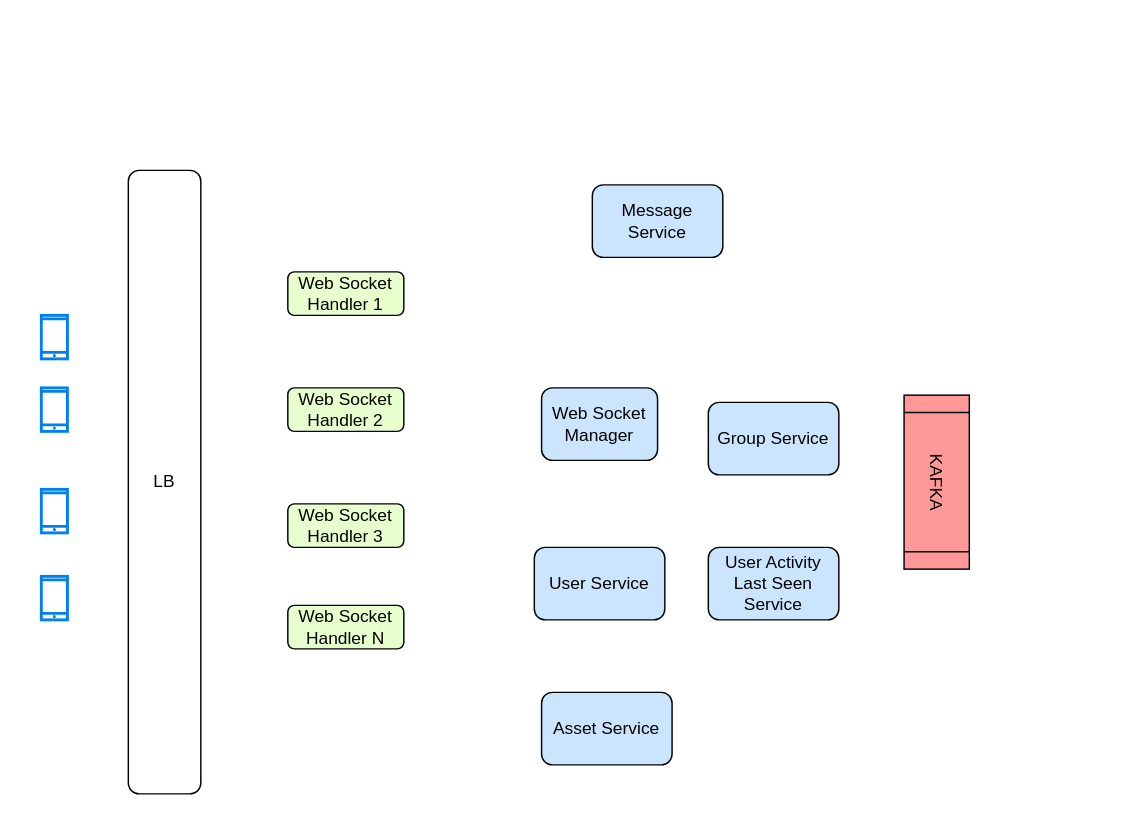
This is Whatsapp.drawio from smittal1209/system-design-diagram, a draw.io file, before an edit. Source tidied: cells renumbered, new cells numbered last; positions are measured from the earlier drawing's top-left corner, leaving out a move shared by most shapes. Both pictures are drawn from the tidied source at 145%, with x=0, y=0 at pixel (41, 170).
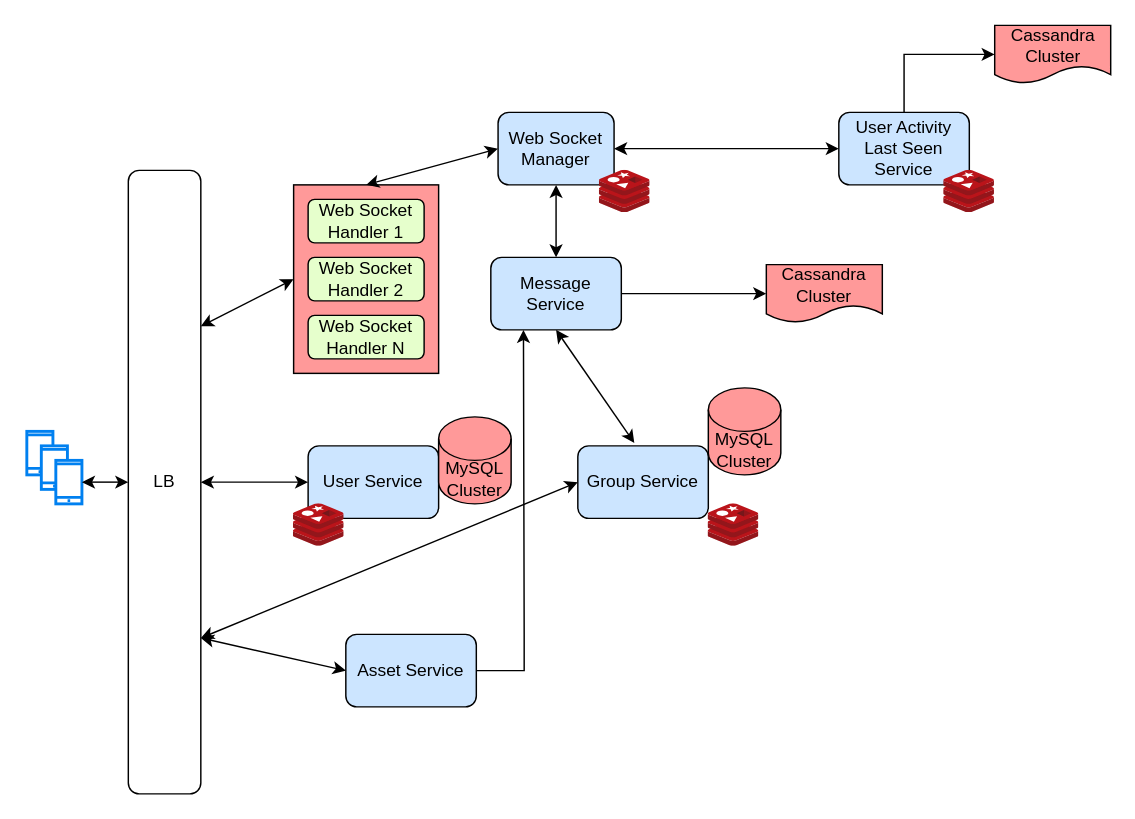
Above is the later version.

The change refers to these unchanged cells:
```xml
<mxCell id="6" value="LB" style="rounded=1;whiteSpace=wrap;html=1;" parent="1" vertex="1">
  <mxGeometry x="60" width="50" height="430" as="geometry" />
</mxCell>
```

What changed in the source:
```diff
@@
-    <mxCell id="2" style="html=1;verticalLabelPosition=bottom;align=center;labelBackgroundColor=#ffffff;verticalAlign=top;strokeWidth=2;strokeColor=#0080F0;shadow=0;dashed=0;shape=mxgraph.ios7.icons.smartphone;" parent="1" vertex="1">
-      <mxGeometry y="150" width="18" height="30" as="geometry" />
-    </mxCell>
-    <mxCell id="3" style="html=1;verticalLabelPosition=bottom;align=center;labelBackgroundColor=#ffffff;verticalAlign=top;strokeWidth=2;strokeColor=#0080F0;shadow=0;dashed=0;shape=mxgraph.ios7.icons.smartphone;" parent="1" vertex="1">
-      <mxGeometry y="280" width="18" height="30" as="geometry" />
-    </mxCell>
     <mxCell id="4" style="html=1;verticalLabelPosition=bottom;align=center;labelBackgroundColor=#ffffff;verticalAlign=top;strokeWidth=2;strokeColor=#0080F0;shadow=0;dashed=0;shape=mxgraph.ios7.icons.smartphone;" parent="1" vertex="1">
-      <mxGeometry y="100" width="18" height="30" as="geometry" />
+      <mxGeometry x="-10" y="180" width="18" height="30" as="geometry" />
     </mxCell>
-    <mxCell id="5" style="html=1;verticalLabelPosition=bottom;align=center;labelBackgroundColor=#ffffff;verticalAlign=top;strokeWidth=2;strokeColor=#0080F0;shadow=0;dashed=0;shape=mxgraph.ios7.icons.smartphone;" parent="1" vertex="1">
-      <mxGeometry y="220" width="18" height="30" as="geometry" />
-    </mxCell>
@@
-    <mxCell id="7" value="Web Socket&lt;br&gt;Handler N" style="rounded=1;whiteSpace=wrap;html=1;fillColor=#E6FFCC;" parent="1" vertex="1">
-      <mxGeometry x="170" y="300" width="80" height="30" as="geometry" />
-    </mxCell>
-    <mxCell id="8" value="Web Socket&lt;br&gt;Handler 3" style="rounded=1;whiteSpace=wrap;html=1;fillColor=#E6FFCC;" parent="1" vertex="1">
-      <mxGeometry x="170" y="230" width="80" height="30" as="geometry" />
-    </mxCell>
-    <mxCell id="9" value="Web Socket&lt;br&gt;Handler 2" style="rounded=1;whiteSpace=wrap;html=1;fillColor=#E6FFCC;" parent="1" vertex="1">
-      <mxGeometry x="170" y="150" width="80" height="30" as="geometry" />
-    </mxCell>
-    <mxCell id="10" value="Web Socket&lt;br&gt;Handler 1" style="rounded=1;whiteSpace=wrap;html=1;fillColor=#E6FFCC;" parent="1" vertex="1">
-      <mxGeometry x="170" y="70" width="80" height="30" as="geometry" />
-    </mxCell>
     <mxCell id="11" value="Web Socket&lt;br&gt;Manager" style="rounded=1;whiteSpace=wrap;html=1;fillColor=#CCE5FF;" parent="1" vertex="1">
-      <mxGeometry x="345" y="150" width="80" height="50" as="geometry" />
+      <mxGeometry x="315" y="-40" width="80" height="50" as="geometry" />
     </mxCell>
+    <mxCell id="18" style="edgeStyle=orthogonalEdgeStyle;rounded=0;jettySize=auto;html=1;" parent="1" edge="1" source="12" target="30">
+      <mxGeometry relative="1" as="geometry" />
+    </mxCell>
     <mxCell id="12" value="Message Service" style="rounded=1;whiteSpace=wrap;html=1;fillColor=#CCE5FF;" parent="1" vertex="1">
-      <mxGeometry x="380" y="10" width="90" height="50" as="geometry" />
+      <mxGeometry x="310" y="60" width="90" height="50" as="geometry" />
     </mxCell>
+    <mxCell id="19" style="edgeStyle=orthogonalEdgeStyle;rounded=0;jettySize=auto;html=1;exitX=0.5;exitY=0;exitDx=0;exitDy=0;entryX=0;entryY=0.5;entryDx=0;entryDy=0;" parent="1" edge="1" source="13" target="37">
+      <mxGeometry relative="1" as="geometry" />
+    </mxCell>
     <mxCell id="13" value="User Activity&lt;br&gt;Last Seen&lt;br&gt;Service" style="rounded=1;whiteSpace=wrap;html=1;fillColor=#CCE5FF;" parent="1" vertex="1">
-      <mxGeometry x="460" y="260" width="90" height="50" as="geometry" />
+      <mxGeometry x="550" y="-40" width="90" height="50" as="geometry" />
     </mxCell>
     <mxCell id="14" value="Group Service" style="rounded=1;whiteSpace=wrap;html=1;fillColor=#CCE5FF;" parent="1" vertex="1">
-      <mxGeometry x="460" y="160" width="90" height="50" as="geometry" />
+      <mxGeometry x="370" y="190" width="90" height="50" as="geometry" />
     </mxCell>
     <mxCell id="15" value="User Service" style="rounded=1;whiteSpace=wrap;html=1;fillColor=#CCE5FF;" parent="1" vertex="1">
-      <mxGeometry x="340" y="260" width="90" height="50" as="geometry" />
+      <mxGeometry x="184" y="190" width="90" height="50" as="geometry" />
     </mxCell>
+    <mxCell id="20" style="edgeStyle=orthogonalEdgeStyle;rounded=0;jettySize=auto;html=1;exitX=1;exitY=0.5;exitDx=0;exitDy=0;entryX=0.25;entryY=1;entryDx=0;entryDy=0;" parent="1" edge="1" source="16" target="12">
+      <mxGeometry relative="1" as="geometry">
+        <Array as="points">
+          <mxPoint x="333" y="345" />
+          <mxPoint x="333" y="320" />
+        </Array>
+      </mxGeometry>
+    </mxCell>
     <mxCell id="16" value="Asset Service" style="rounded=1;whiteSpace=wrap;html=1;fillColor=#CCE5FF;" parent="1" vertex="1">
-      <mxGeometry x="345" y="360" width="90" height="50" as="geometry" />
+      <mxGeometry x="210" y="320" width="90" height="50" as="geometry" />
     </mxCell>
-    <mxCell id="17" value="KAFKA" style="shape=process;whiteSpace=wrap;html=1;backgroundOutline=1;fillColor=#FF9999;rotation=90;" parent="1" vertex="1">
-      <mxGeometry x="557.5" y="192.5" width="120" height="45" as="geometry" />
-    </mxCell>
+    <mxCell id="21" style="html=1;verticalLabelPosition=bottom;align=center;labelBackgroundColor=#ffffff;verticalAlign=top;strokeWidth=2;strokeColor=#0080F0;shadow=0;dashed=0;shape=mxgraph.ios7.icons.smartphone;" parent="1" vertex="1">
+      <mxGeometry y="190" width="18" height="30" as="geometry" />
+    </mxCell>
+    <mxCell id="22" style="html=1;verticalLabelPosition=bottom;align=center;labelBackgroundColor=#ffffff;verticalAlign=top;strokeWidth=2;strokeColor=#0080F0;shadow=0;dashed=0;shape=mxgraph.ios7.icons.smartphone;" parent="1" vertex="1">
+      <mxGeometry x="10" y="200" width="18" height="30" as="geometry" />
+    </mxCell>
+    <mxCell id="23" style="endArrow=classic;startArrow=classic;html=1;entryX=0;entryY=0.5;entryDx=0;entryDy=0;" parent="1" edge="1" source="22" target="6">
+      <mxGeometry relative="1" as="geometry" />
+    </mxCell>
+    <mxCell id="24" style="endArrow=classic;startArrow=classic;html=1;exitX=1;exitY=0.25;exitDx=0;exitDy=0;entryX=0;entryY=0.5;entryDx=0;entryDy=0;" parent="1" edge="1" source="6" target="27">
+      <mxGeometry relative="1" as="geometry" />
+    </mxCell>
+    <mxCell id="25" style="endArrow=classic;startArrow=classic;html=1;entryX=0;entryY=0.5;entryDx=0;entryDy=0;exitX=1;exitY=0.5;exitDx=0;exitDy=0;" parent="1" edge="1" source="6" target="15">
+      <mxGeometry relative="1" as="geometry" />
+    </mxCell>
+    <mxCell id="26" style="group;" parent="1" vertex="1">
+      <mxGeometry x="174" y="10" width="100" height="130" as="geometry" />
+    </mxCell>
+    <mxCell id="27" style="rounded=0;whiteSpace=wrap;html=1;fillColor=#FF9999;" parent="26" vertex="1">
+      <mxGeometry width="100" height="130" as="geometry" />
+    </mxCell>
+    <mxCell id="7" value="Web Socket&lt;br&gt;Handler N" style="rounded=1;whiteSpace=wrap;html=1;fillColor=#E6FFCC;" parent="26" vertex="1">
+      <mxGeometry x="10" y="90" width="80" height="30" as="geometry" />
+    </mxCell>
+    <mxCell id="9" value="Web Socket&lt;br&gt;Handler 2" style="rounded=1;whiteSpace=wrap;html=1;fillColor=#E6FFCC;" parent="26" vertex="1">
+      <mxGeometry x="10" y="50" width="80" height="30" as="geometry" />
+    </mxCell>
+    <mxCell id="10" value="Web Socket&lt;br&gt;Handler 1" style="rounded=1;whiteSpace=wrap;html=1;fillColor=#E6FFCC;" parent="26" vertex="1">
+      <mxGeometry x="10" y="10" width="80" height="30" as="geometry" />
+    </mxCell>
+    <mxCell id="28" style="edgeStyle=orthogonalEdgeStyle;rounded=0;orthogonalLoop=1;jettySize=auto;html=1;exitX=0.5;exitY=1;exitDx=0;exitDy=0;" parent="26" edge="1" source="27" target="27">
+      <mxGeometry x="-10" y="-40" as="geometry" />
+    </mxCell>
+    <mxCell id="29" style="endArrow=classic;startArrow=classic;html=1;entryX=0;entryY=0.5;entryDx=0;entryDy=0;exitX=1;exitY=0.75;exitDx=0;exitDy=0;" parent="1" edge="1" source="6" target="14">
+      <mxGeometry relative="1" as="geometry" />
+    </mxCell>
+    <mxCell id="30" value="Cassandra&lt;br&gt;Cluster" style="shape=document;whiteSpace=wrap;html=1;boundedLbl=1;fillColor=#FF9999;" parent="1" vertex="1">
+      <mxGeometry x="500" y="65" width="80" height="40" as="geometry" />
+    </mxCell>
+    <mxCell id="31" style="endArrow=classic;startArrow=classic;html=1;entryX=0.5;entryY=1;entryDx=0;entryDy=0;" parent="1" edge="1" target="11">
+      <mxGeometry relative="1" as="geometry">
+        <mxPoint x="355" y="60" as="sourcePoint" />
+      </mxGeometry>
+    </mxCell>
+    <mxCell id="32" style="endArrow=classic;startArrow=classic;html=1;exitX=0.5;exitY=0;exitDx=0;exitDy=0;entryX=0;entryY=0.5;entryDx=0;entryDy=0;" parent="1" edge="1" source="27" target="11">
+      <mxGeometry relative="1" as="geometry" />
+    </mxCell>
+    <mxCell id="33" style="endArrow=classic;startArrow=classic;html=1;exitX=0.5;exitY=1;exitDx=0;exitDy=0;entryX=0.433;entryY=-0.04;entryDx=0;entryDy=0;entryPerimeter=0;" parent="1" edge="1" source="12" target="14">
+      <mxGeometry relative="1" as="geometry" />
+    </mxCell>
+    <mxCell id="34" style="endArrow=classic;startArrow=classic;html=1;exitX=1;exitY=0.5;exitDx=0;exitDy=0;entryX=0;entryY=0.5;entryDx=0;entryDy=0;" parent="1" edge="1" source="11" target="13">
+      <mxGeometry relative="1" as="geometry" />
+    </mxCell>
+    <mxCell id="35" style="html=1;align=center;image;fontSize=12;image=img/lib/mscae/Cache_Redis_Product.svg;fillColor=#FF9999;" parent="1" vertex="1">
+      <mxGeometry x="385" width="35" height="29.4" as="geometry" />
+    </mxCell>
+    <mxCell id="36" style="html=1;align=center;image;fontSize=12;image=img/lib/mscae/Cache_Redis_Product.svg;fillColor=#FF9999;" parent="1" vertex="1">
+      <mxGeometry x="622.5" width="35" height="29.4" as="geometry" />
+    </mxCell>
+    <mxCell id="37" value="Cassandra&lt;br&gt;Cluster" style="shape=document;whiteSpace=wrap;html=1;boundedLbl=1;fillColor=#FF9999;" parent="1" vertex="1">
+      <mxGeometry x="657.5" y="-100" width="80" height="40" as="geometry" />
+    </mxCell>
+    <mxCell id="38" style="endArrow=classic;startArrow=classic;html=1;exitX=1;exitY=0.75;exitDx=0;exitDy=0;entryX=0;entryY=0.5;entryDx=0;entryDy=0;" parent="1" edge="1" source="6" target="16">
+      <mxGeometry relative="1" as="geometry" />
+    </mxCell>
+    <mxCell id="39" value="MySQL&lt;br&gt;Cluster" style="shape=cylinder3;whiteSpace=wrap;html=1;boundedLbl=1;backgroundOutline=1;size=15;fillColor=#FF9999;" parent="1" vertex="1">
+      <mxGeometry x="274" y="170" width="50" height="60" as="geometry" />
+    </mxCell>
+    <mxCell id="40" style="html=1;align=center;image;fontSize=12;image=img/lib/mscae/Cache_Redis_Product.svg;fillColor=#FF9999;" parent="1" vertex="1">
+      <mxGeometry x="174" y="230" width="35" height="29.4" as="geometry" />
+    </mxCell>
+    <mxCell id="41" value="MySQL&lt;br&gt;Cluster" style="shape=cylinder3;whiteSpace=wrap;html=1;boundedLbl=1;backgroundOutline=1;size=15;fillColor=#FF9999;" parent="1" vertex="1">
+      <mxGeometry x="460" y="150" width="50" height="60" as="geometry" />
+    </mxCell>
+    <mxCell id="42" style="html=1;align=center;image;fontSize=12;image=img/lib/mscae/Cache_Redis_Product.svg;fillColor=#FF9999;" parent="1" vertex="1">
+      <mxGeometry x="460" y="230" width="35" height="29.4" as="geometry" />
+    </mxCell>
```
